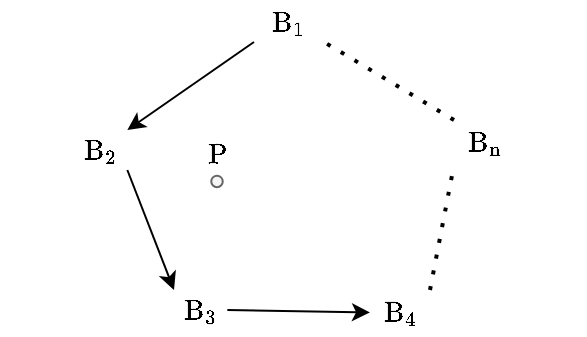
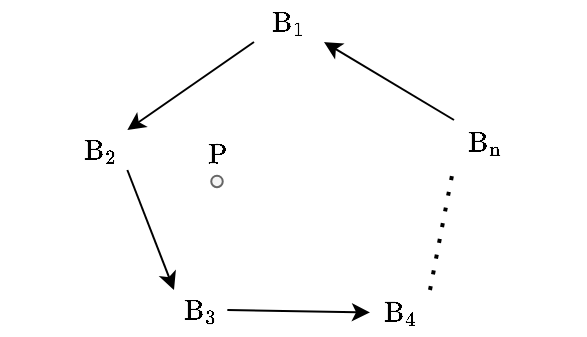
<mxfile host="Electron">
  <diagram name="Page-1" id="L9B671Nq5S4uKxBP3DJT">
    <mxGraphModel dx="553" dy="401" grid="1" gridSize="10" guides="1" tooltips="1" connect="1" arrows="1" fold="1" page="1" pageScale="1" pageWidth="850" pageHeight="1100" math="1" shadow="0">
      <root>
        <mxCell id="0" />
        <mxCell id="1" parent="0" />
        <mxCell id="IhCL1SCou5IvZ2IZmm1U-1" parent="1" style="text;html=1;whiteSpace=wrap;strokeColor=none;fillColor=none;align=center;verticalAlign=middle;rounded=0;" value="$$\mathrm{B_1}$$" vertex="1">
          <mxGeometry height="21" width="35" x="230" y="120" as="geometry" />
        </mxCell>
        <mxCell id="IhCL1SCou5IvZ2IZmm1U-3" parent="1" style="text;html=1;whiteSpace=wrap;strokeColor=none;fillColor=none;align=center;verticalAlign=middle;rounded=0;" value="$$\mathrm{B_2}$$" vertex="1">
          <mxGeometry height="20" width="26.67" x="140" y="185" as="geometry" />
        </mxCell>
        <mxCell id="IhCL1SCou5IvZ2IZmm1U-4" parent="1" style="text;html=1;whiteSpace=wrap;strokeColor=none;fillColor=none;align=center;verticalAlign=middle;rounded=0;" value="$$\mathrm{B_3}$$" vertex="1">
          <mxGeometry height="20" width="26.67" x="190" y="265" as="geometry" />
        </mxCell>
        <mxCell id="IhCL1SCou5IvZ2IZmm1U-5" parent="1" style="text;html=1;whiteSpace=wrap;strokeColor=none;fillColor=none;align=center;verticalAlign=middle;rounded=0;" value="$$\mathrm{B_4}$$" vertex="1">
          <mxGeometry height="22.5" width="30" x="288" y="265" as="geometry" />
        </mxCell>
        <mxCell id="IhCL1SCou5IvZ2IZmm1U-6" parent="1" style="text;html=1;whiteSpace=wrap;strokeColor=none;fillColor=none;align=center;verticalAlign=middle;rounded=0;" value="$$\mathrm{B_n}$$" vertex="1">
          <mxGeometry height="22.5" width="30" x="330" y="180" as="geometry" />
        </mxCell>
        <mxCell id="pllqEQrOuS8TP5VdwnOQ-3" edge="1" parent="1" source="IhCL1SCou5IvZ2IZmm1U-1" style="endArrow=classic;html=1;rounded=0;entryX=1;entryY=0;entryDx=0;entryDy=0;exitX=0;exitY=1;exitDx=0;exitDy=0;" target="IhCL1SCou5IvZ2IZmm1U-3" value="">
          <mxGeometry height="50" relative="1" width="50" as="geometry">
            <mxPoint x="490" y="290" as="sourcePoint" />
            <mxPoint x="579" y="290" as="targetPoint" />
          </mxGeometry>
        </mxCell>
        <mxCell id="pllqEQrOuS8TP5VdwnOQ-7" connectable="0" parent="1" style="group" value="" vertex="1">
          <mxGeometry height="25" width="23" x="200" y="190" as="geometry" />
        </mxCell>
        <mxCell id="IhCL1SCou5IvZ2IZmm1U-16" parent="pllqEQrOuS8TP5VdwnOQ-7" style="ellipse;whiteSpace=wrap;html=1;aspect=fixed;fillStyle=auto;fillColor=#f5f5f5;fontColor=#333333;strokeColor=#666666;" value="" vertex="1">
          <mxGeometry height="5.75" width="5.75" x="8.625" y="17.857142857142858" as="geometry" />
        </mxCell>
        <mxCell id="IhCL1SCou5IvZ2IZmm1U-17" parent="pllqEQrOuS8TP5VdwnOQ-7" style="text;html=1;whiteSpace=wrap;strokeColor=none;fillColor=none;align=center;verticalAlign=middle;rounded=0;" value="$$\mathrm{P}$$" vertex="1">
          <mxGeometry height="14.285714285714286" width="23" as="geometry" />
        </mxCell>
        <mxCell id="pllqEQrOuS8TP5VdwnOQ-8" edge="1" parent="1" source="IhCL1SCou5IvZ2IZmm1U-3" style="endArrow=classic;html=1;rounded=0;entryX=0;entryY=0;entryDx=0;entryDy=0;exitX=1;exitY=1;exitDx=0;exitDy=0;" target="IhCL1SCou5IvZ2IZmm1U-4" value="">
          <mxGeometry height="50" relative="1" width="50" as="geometry">
            <mxPoint x="453" y="330" as="sourcePoint" />
            <mxPoint x="390" y="374" as="targetPoint" />
          </mxGeometry>
        </mxCell>
        <mxCell id="pllqEQrOuS8TP5VdwnOQ-9" edge="1" parent="1" source="IhCL1SCou5IvZ2IZmm1U-4" style="endArrow=classic;html=1;rounded=0;entryX=0;entryY=0.5;entryDx=0;entryDy=0;exitX=1;exitY=0.5;exitDx=0;exitDy=0;" target="IhCL1SCou5IvZ2IZmm1U-5" value="">
          <mxGeometry height="50" relative="1" width="50" as="geometry">
            <mxPoint x="503" y="360" as="sourcePoint" />
            <mxPoint x="440" y="404" as="targetPoint" />
          </mxGeometry>
        </mxCell>
        <mxCell id="pllqEQrOuS8TP5VdwnOQ-11" edge="1" parent="1" source="IhCL1SCou5IvZ2IZmm1U-5" style="endArrow=none;dashed=1;html=1;dashPattern=1 3;strokeWidth=2;rounded=0;exitX=1;exitY=0;exitDx=0;exitDy=0;entryX=0;entryY=1;entryDx=0;entryDy=0;" target="IhCL1SCou5IvZ2IZmm1U-6" value="">
          <mxGeometry height="50" relative="1" width="50" as="geometry">
            <mxPoint x="360" y="280" as="sourcePoint" />
            <mxPoint x="410" y="230" as="targetPoint" />
          </mxGeometry>
        </mxCell>
-         <mxCell id="pllqEQrOuS8TP5VdwnOQ-12" edge="1" parent="1" source="IhCL1SCou5IvZ2IZmm1U-6" style="endArrow=none;dashed=1;html=1;dashPattern=1 3;strokeWidth=2;rounded=0;exitX=0;exitY=0;exitDx=0;exitDy=0;entryX=1;entryY=1;entryDx=0;entryDy=0;" target="IhCL1SCou5IvZ2IZmm1U-1" value="">
+         <mxCell id="pllqEQrOuS8TP5VdwnOQ-13" edge="1" parent="1" source="IhCL1SCou5IvZ2IZmm1U-6" style="endArrow=classic;html=1;rounded=0;entryX=1;entryY=1;entryDx=0;entryDy=0;exitX=0;exitY=0;exitDx=0;exitDy=0;" target="IhCL1SCou5IvZ2IZmm1U-1" value="">
          <mxGeometry height="50" relative="1" width="50" as="geometry">
-             <mxPoint x="460" y="332" as="sourcePoint" />
-             <mxPoint x="482" y="270" as="targetPoint" />
+             <mxPoint x="503" y="280" as="sourcePoint" />
+             <mxPoint x="440" y="324" as="targetPoint" />
          </mxGeometry>
        </mxCell>
      </root>
    </mxGraphModel>
  </diagram>
</mxfile>
